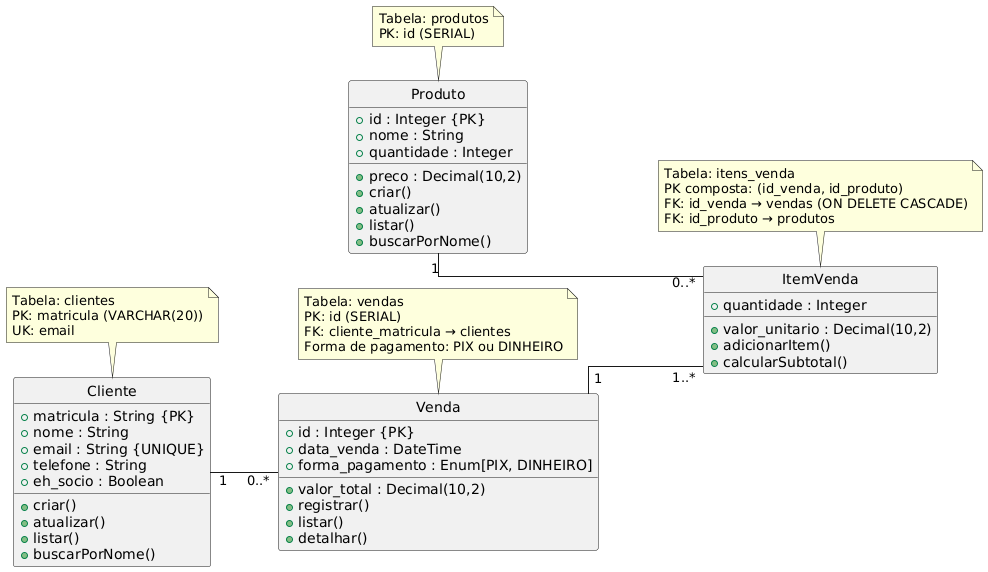
Earlier version of the PlantUML export docs/er_diagram.png (GabrielCFormiga/CRUD-Atletica).
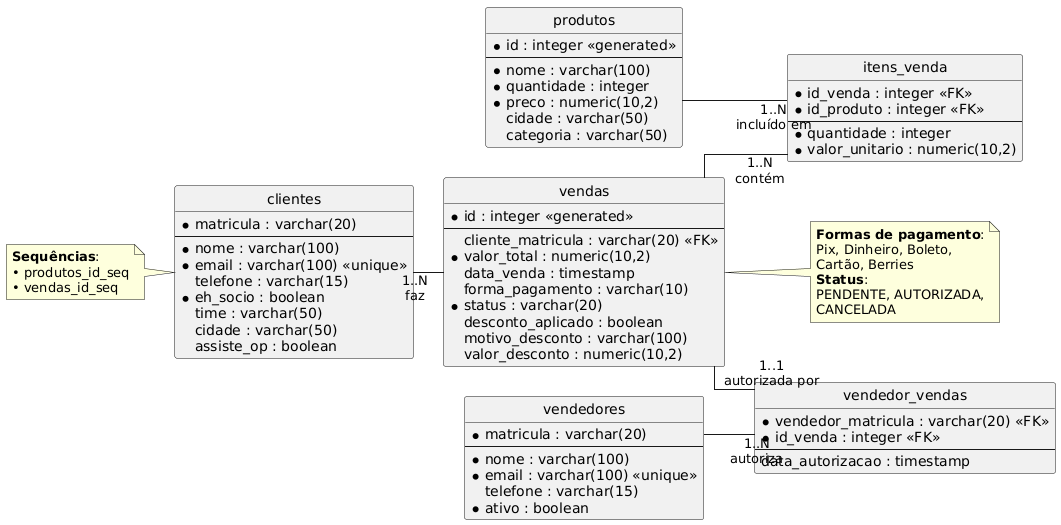
Above is the later version.

The edit, as a diff of the source:
```diff
@@ -1,79 +1,88 @@
 @startuml
-hide circle
 skinparam linetype ortho
 skinparam packageStyle rectangle
 left to right direction
+skinparam nodesep 30
+skinparam ranksep 30
+hide circle
 
-class Cliente {
-  + matricula : String {PK}
-  + nome : String
-  + email : String {UNIQUE}
-  + telefone : String
-  + eh_socio : Boolean
+entity "clientes" as c << (C,#FFAAAA) >> {
+  *matricula : varchar(20)
+  --
+  *nome : varchar(100)
+  *email : varchar(100) <<unique>>
+  telefone : varchar(15)
+  *eh_socio : boolean
+  time : varchar(50)
+  cidade : varchar(50)
+  assiste_op : boolean
 }
 
-class Produto {
-  + id : Integer {PK}
-  + nome : String
-  + quantidade : Integer
-  + preco : Decimal(10,2)
+entity "vendas" as v << (V,#AAFFAA) >> {
+  *id : integer <<generated>>
+  --
+  cliente_matricula : varchar(20) <<FK>>
+  *valor_total : numeric(10,2)
+  data_venda : timestamp
+  forma_pagamento : varchar(10)
+  *status : varchar(20)
+  desconto_aplicado : boolean
+  motivo_desconto : varchar(100)
+  valor_desconto : numeric(10,2)
 }
 
-class Venda {
-  + id : Integer {PK}
-  + valor_total : Decimal(10,2)
-  + data_venda : DateTime
-  + forma_pagamento : Enum[PIX, DINHEIRO]
+entity "itens_venda" as iv << (I,#FFFFAA) >> {
+  *id_venda : integer <<FK>>
+  *id_produto : integer <<FK>>
+  --
+  *quantidade : integer
+  *valor_unitario : numeric(10,2)
 }
 
-class ItemVenda {
-  + quantidade : Integer
-  + valor_unitario : Decimal(10,2)
+entity "produtos" as p << (P,#AAFFFF) >> {
+  *id : integer <<generated>>
+  --
+  *nome : varchar(100)
+  *quantidade : integer
+  *preco : numeric(10,2)
+  cidade : varchar(50)
+  categoria : varchar(50)
 }
 
-Cliente "1" -- "0..*" Venda
-Venda "1" -- "1..*" ItemVenda
-Produto "1" -- "0..*" ItemVenda
+entity "vendedores" as vd << (E,#FFAAFF) >> {
+  *matricula : varchar(20)
+  --
+  *nome : varchar(100)
+  *email : varchar(100) <<unique>>
+  telefone : varchar(15)
+  *ativo : boolean
+}
 
-Cliente : + criar()
-Cliente : + atualizar()
-Cliente : + listar()
-Cliente : + buscarPorNome()
+entity "vendedor_vendas" as vv << (X,#DDDDDD) >> {
+  *vendedor_matricula : varchar(20) <<FK>>
+  *id_venda : integer <<FK>>
+  --
+  data_autorizacao : timestamp
+}
 
-Produto : + criar()
-Produto : + atualizar()
-Produto : + listar()
-Produto : + buscarPorNome()
+c -- v : "1..N\nfaz"
+v -- iv : "1..N\ncontém"
+p -- iv : "1..N\nincluído em"
+vd -- vv : "1..N\nautoriza"
+v -- vv : "1..1\nautorizada por"
 
-Venda : + registrar()
-Venda : + listar()
-Venda : + detalhar()
-
-ItemVenda : + adicionarItem()
-ItemVenda : + calcularSubtotal()
-
-note top of Cliente
-  Tabela: clientes
-  PK: matricula (VARCHAR(20))
-  UK: email
+note right of v
+  **Formas de pagamento**:
+  Pix, Dinheiro, Boleto,
+  Cartão, Berries
+  **Status**:
+  PENDENTE, AUTORIZADA,
+  CANCELADA
 end note
 
-note top of Produto
-  Tabela: produtos
-  PK: id (SERIAL)
-end note
-
-note top of Venda
-  Tabela: vendas
-  PK: id (SERIAL)
-  FK: cliente_matricula → clientes
-  Forma de pagamento: PIX ou DINHEIRO
-end note
-
-note top of ItemVenda
-  Tabela: itens_venda
-  PK composta: (id_venda, id_produto)
-  FK: id_venda → vendas (ON DELETE CASCADE)
-  FK: id_produto → produtos
+note left of c
+  **Sequências**:
+  • produtos_id_seq
+  • vendas_id_seq
 end note
 @enduml
```
